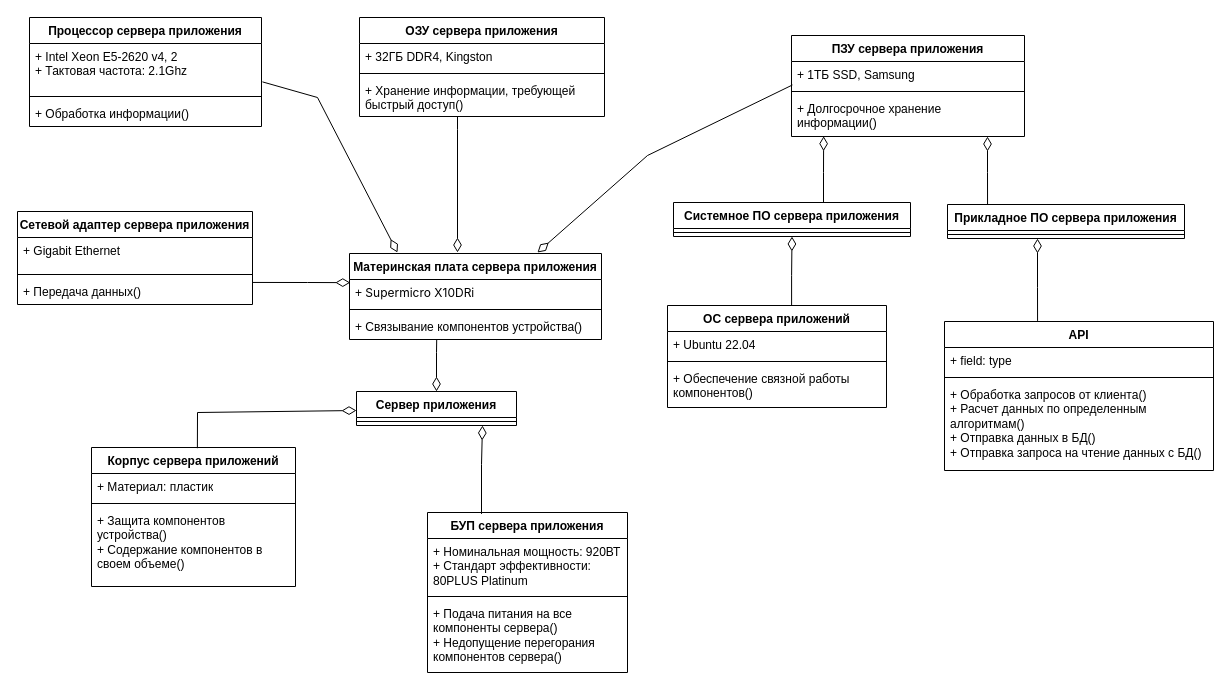
Earlier version of the draw.io diagram Определение проекта АИС "Сервер приложения".drawio (hiff0/db-city-council). Source tidied: cells renumbered, new cells numbered last; positions are measured from the earlier drawing's top-left corner, leaving out a move shared by most shapes. Both pictures are drawn from the tidied source at 100%, with x=0, y=0 at pixel (17, 17).
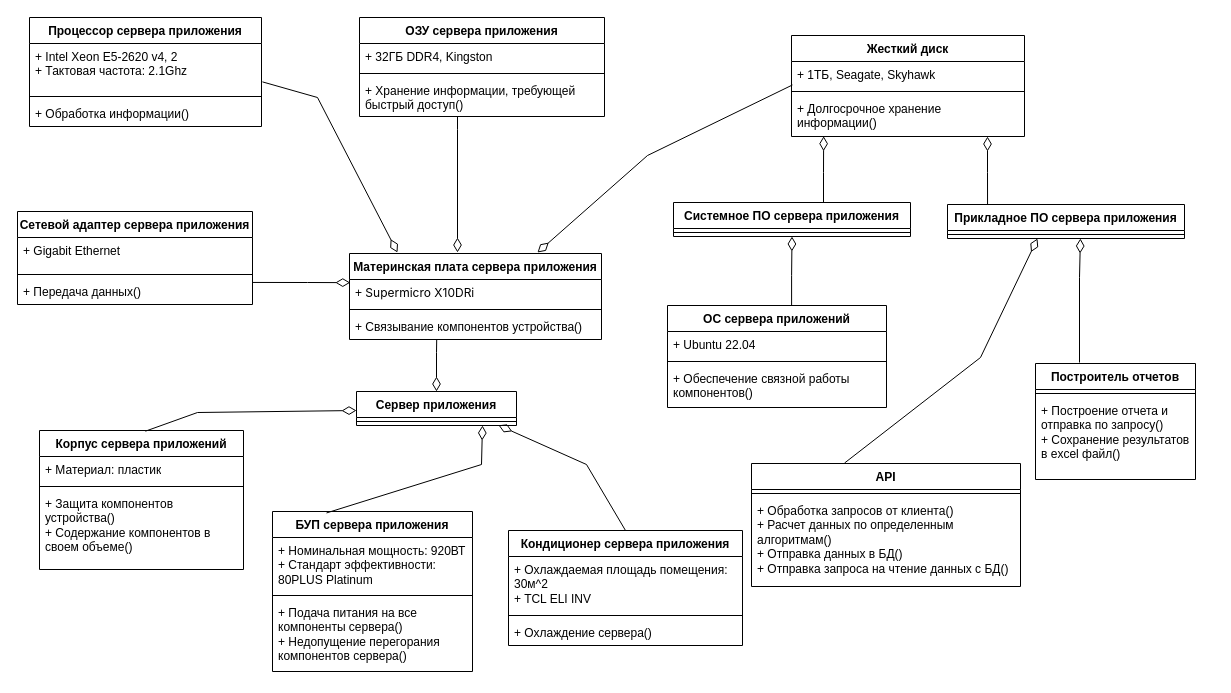
The same diagram, later.

Unchanged cells that the change refers to:
```xml
<mxCell id="3" style="line;strokeWidth=1;fillColor=none;align=left;verticalAlign=middle;spacingTop=-1;spacingLeft=3;spacingRight=3;labelPosition=right;points=[];portConstraint=eastwest;strokeColor=inherit;" parent="2" vertex="1">
  <mxGeometry y="26" width="160" height="8" as="geometry" />
</mxCell>
```

What changed in the source:
```diff
@@
     <mxCell id="4" value="Корпус сервера приложений" style="swimlane;fontStyle=1;align=center;verticalAlign=top;horizontal=1;startSize=26;whiteSpace=wrap;html=1;" parent="1" vertex="1">
-      <mxGeometry x="74" y="430" width="204" height="139" as="geometry" />
+      <mxGeometry x="22" y="413" width="204" height="139" as="geometry" />
     </mxCell>
@@
-    <mxCell id="20" value="ПЗУ сервера приложения" style="swimlane;fontStyle=1;align=center;verticalAlign=top;horizontal=1;startSize=26;whiteSpace=wrap;html=1;" parent="1" vertex="1">
+    <mxCell id="20" value="Жесткий диск" style="swimlane;fontStyle=1;align=center;verticalAlign=top;horizontal=1;startSize=26;whiteSpace=wrap;html=1;" parent="1" vertex="1">
       <mxGeometry x="774" y="18" width="233" height="101" as="geometry" />
     </mxCell>
-    <mxCell id="21" value="+ 1ТБ SSD, Samsung" style="text;strokeColor=none;fillColor=none;align=left;verticalAlign=top;spacingLeft=4;spacingRight=4;overflow=hidden;points=[[0,0.5],[1,0.5]];portConstraint=eastwest;whiteSpace=wrap;html=1;" parent="20" vertex="1">
+    <mxCell id="21" value="+ 1ТБ, Seagate, Skyhawk" style="text;strokeColor=none;fillColor=none;align=left;verticalAlign=top;spacingLeft=4;spacingRight=4;overflow=hidden;points=[[0,0.5],[1,0.5]];portConstraint=eastwest;whiteSpace=wrap;html=1;" parent="20" vertex="1">
       <mxGeometry y="26" width="233" height="26" as="geometry" />
     </mxCell>
@@
     <mxCell id="36" value="API" style="swimlane;fontStyle=1;align=center;verticalAlign=top;horizontal=1;startSize=26;whiteSpace=wrap;html=1;" parent="1" vertex="1">
-      <mxGeometry x="927" y="304" width="269" height="149" as="geometry" />
+      <mxGeometry x="734" y="446" width="269" height="123" as="geometry" />
     </mxCell>
-    <mxCell id="37" value="+ field: type" style="text;strokeColor=none;fillColor=none;align=left;verticalAlign=top;spacingLeft=4;spacingRight=4;overflow=hidden;whiteSpace=wrap;html=1;" parent="36" vertex="1">
-      <mxGeometry y="26" width="269" height="26" as="geometry" />
-    </mxCell>
     <mxCell id="38" style="line;strokeWidth=1;fillColor=none;align=left;verticalAlign=middle;spacingTop=-1;spacingLeft=3;spacingRight=3;labelPosition=right;strokeColor=inherit;" parent="36" vertex="1">
-      <mxGeometry y="52" width="269" height="8" as="geometry" />
+      <mxGeometry y="26" width="269" height="8" as="geometry" />
     </mxCell>
     <mxCell id="39" value="+ Обработка запросов от клиента()&lt;div&gt;+ Расчет данных по определенным алгоритмам()&lt;/div&gt;&lt;div&gt;&lt;div&gt;+ Отправка данных в БД()&lt;/div&gt;&lt;div&gt;+ Отправка запроса на чтение данных с БД()&lt;/div&gt;&lt;/div&gt;" style="text;strokeColor=none;fillColor=none;align=left;verticalAlign=top;spacingLeft=4;spacingRight=4;overflow=hidden;whiteSpace=wrap;html=1;" parent="36" vertex="1">
-      <mxGeometry y="60" width="269" height="89" as="geometry" />
+      <mxGeometry y="34" width="269" height="89" as="geometry" />
     </mxCell>
@@
     <mxCell id="49" style="endArrow=diamondThin;endFill=0;endSize=12;html=1;rounded=0;exitX=0.346;exitY=-0.004;exitDx=0;exitDy=0;exitPerimeter=0;" parent="1" edge="1" source="36">
       <mxGeometry relative="1" as="geometry">
         <mxPoint x="1020" y="221" as="targetPoint" />
         <Array as="points">
-          <mxPoint x="1020" y="270" />
+          <mxPoint x="963" y="340" />
         </Array>
       </mxGeometry>
     </mxCell>
     <mxCell id="50" value="БУП сервера приложения" style="swimlane;fontStyle=1;align=center;verticalAlign=top;horizontal=1;startSize=26;whiteSpace=wrap;html=1;" parent="1" vertex="1">
-      <mxGeometry x="410" y="495" width="200" height="160" as="geometry" />
+      <mxGeometry x="255" y="494" width="200" height="160" as="geometry" />
     </mxCell>
@@
+    <mxCell id="55" value="Построитель отчетов" style="swimlane;fontStyle=1;align=center;verticalAlign=top;horizontal=1;startSize=26;whiteSpace=wrap;html=1;" parent="1" vertex="1">
+      <mxGeometry x="1018" y="346" width="160" height="116" as="geometry" />
+    </mxCell>
+    <mxCell id="56" style="line;strokeWidth=1;fillColor=none;align=left;verticalAlign=middle;spacingTop=-1;spacingLeft=3;spacingRight=3;labelPosition=right;strokeColor=inherit;" parent="55" vertex="1">
+      <mxGeometry y="26" width="160" height="8" as="geometry" />
+    </mxCell>
+    <mxCell id="57" value="+ Построение отчета и отправка по запросу()&lt;div&gt;+ Сохранение результатов в excel файл()&lt;/div&gt;" style="text;strokeColor=none;fillColor=none;align=left;verticalAlign=top;spacingLeft=4;spacingRight=4;overflow=hidden;whiteSpace=wrap;html=1;" parent="55" vertex="1">
+      <mxGeometry y="34" width="160" height="82" as="geometry" />
+    </mxCell>
+    <mxCell id="58" style="endArrow=diamondThin;endFill=0;endSize=12;html=1;rounded=0;entryX=0.5;entryY=1;entryDx=0;entryDy=0;" parent="1" edge="1">
+      <mxGeometry relative="1" as="geometry">
+        <mxPoint x="1062" y="345" as="sourcePoint" />
+        <mxPoint x="1062.9" y="221" as="targetPoint" />
+        <Array as="points">
+          <mxPoint x="1062" y="260" />
+        </Array>
+      </mxGeometry>
+    </mxCell>
+    <mxCell id="59" value="Кондиционер сервера приложения" style="swimlane;fontStyle=1;align=center;verticalAlign=top;horizontal=1;startSize=26;whiteSpace=wrap;html=1;" parent="1" vertex="1">
+      <mxGeometry x="491" y="513" width="234" height="115" as="geometry" />
+    </mxCell>
+    <mxCell id="60" value="+ Охлаждаемая площадь помещения: 30м^2&lt;div&gt;+ TCL ELI INV&lt;/div&gt;" style="text;strokeColor=none;fillColor=none;align=left;verticalAlign=top;spacingLeft=4;spacingRight=4;overflow=hidden;whiteSpace=wrap;html=1;" parent="59" vertex="1">
+      <mxGeometry y="26" width="234" height="55" as="geometry" />
+    </mxCell>
+    <mxCell id="61" style="line;strokeWidth=1;fillColor=none;align=left;verticalAlign=middle;spacingTop=-1;spacingLeft=3;spacingRight=3;labelPosition=right;strokeColor=inherit;" parent="59" vertex="1">
+      <mxGeometry y="81" width="234" height="8" as="geometry" />
+    </mxCell>
+    <mxCell id="62" value="+ Охлаждение сервера()" style="text;strokeColor=none;fillColor=none;align=left;verticalAlign=top;spacingLeft=4;spacingRight=4;overflow=hidden;whiteSpace=wrap;html=1;" parent="59" vertex="1">
+      <mxGeometry y="89" width="234" height="26" as="geometry" />
+    </mxCell>
+    <mxCell id="63" style="endArrow=diamondThin;endFill=0;endSize=12;html=1;rounded=0;entryX=0.888;entryY=0.973;entryDx=0;entryDy=0;exitX=0.5;exitY=0;exitDx=0;exitDy=0;entryPerimeter=0;" parent="1" edge="1" source="59" target="3">
+      <mxGeometry relative="1" as="geometry">
+        <Array as="points">
+          <mxPoint x="569" y="447" />
+        </Array>
+      </mxGeometry>
+    </mxCell>
```
